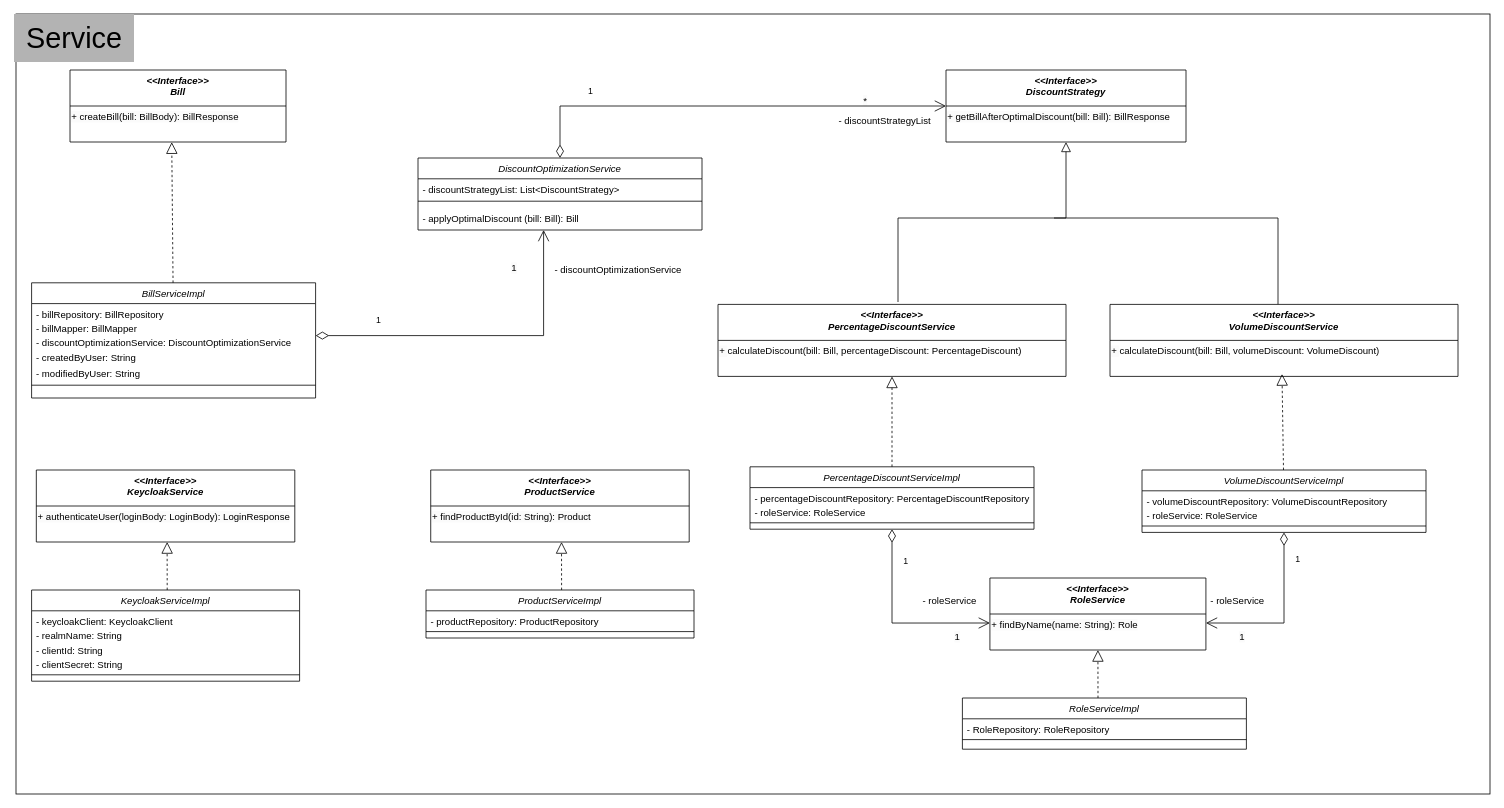
abdulazezms/mock-retail-discount-simulator keeps this draw.io diagram as uml/service/ServiceLayer.drawio. Above is the earlier version. Source tidied: cells renumbered, new cells numbered last; positions are measured from the earlier drawing's top-left corner, leaving out a move shared by most shapes. Both pictures are drawn from the tidied source at 80%, with x=0, y=0 at pixel (14, 14).
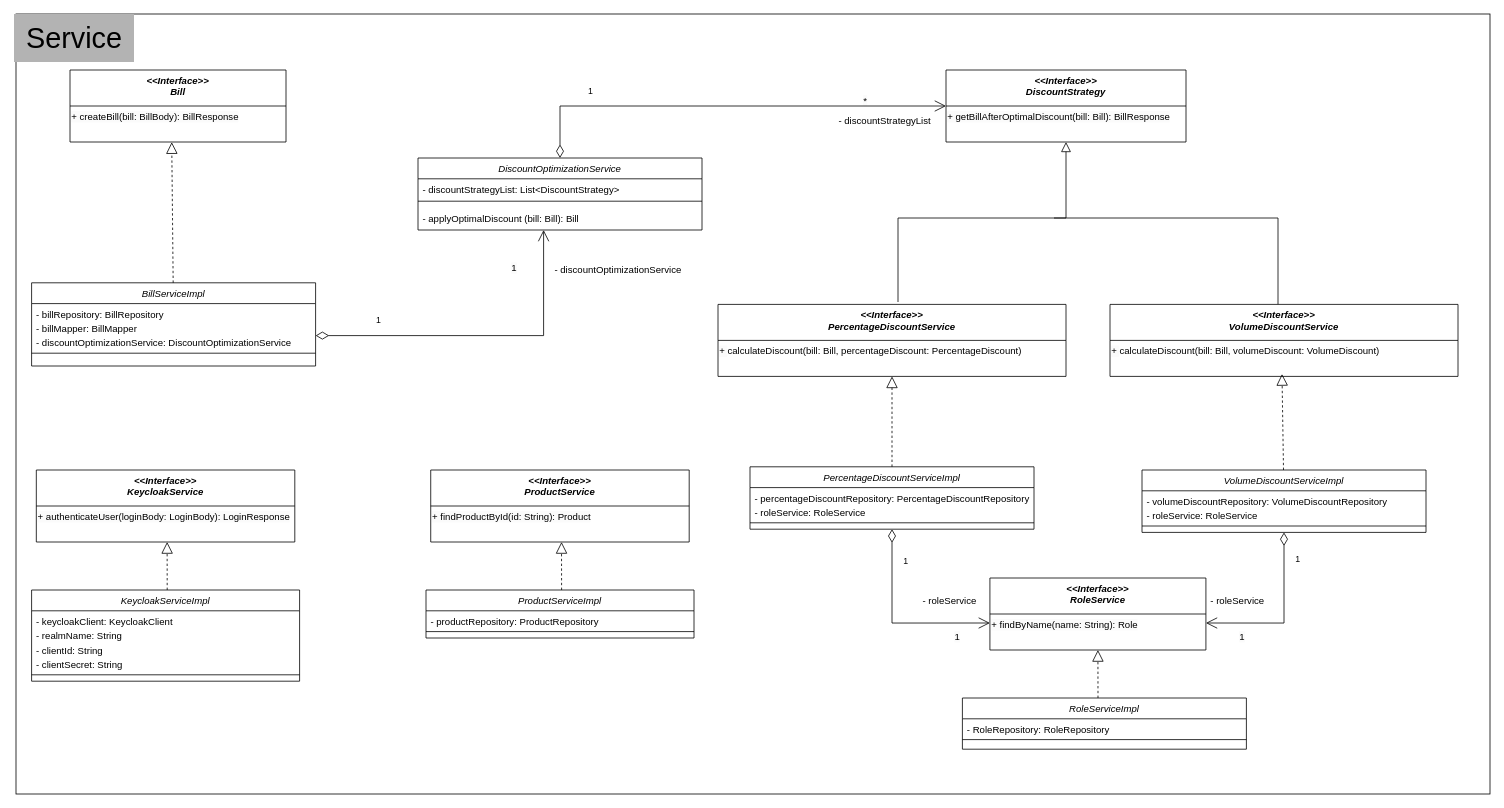
Above is the later version.

The edit, as a diff of the source:
```diff
@@
     <mxCell id="7" value="BillServiceImpl" style="swimlane;fontStyle=2;align=center;verticalAlign=top;horizontal=1;startSize=26;rounded=0;shadow=0;strokeWidth=1;" parent="1" vertex="1">
-      <mxGeometry x="22" y="336" width="355" height="144" as="geometry" />
+      <mxGeometry x="22" y="336" width="355" height="104" as="geometry" />
     </mxCell>
@@
-    <mxCell id="11" value="- createdByUser: String" style="text;align=left;verticalAlign=top;spacingLeft=4;spacingRight=4;overflow=hidden;" parent="7" vertex="1">
-      <mxGeometry y="80" width="355" height="20" as="geometry" />
-    </mxCell>
-    <mxCell id="12" value="- modifiedByUser: String" style="text;align=left;verticalAlign=top;spacingLeft=4;spacingRight=4;overflow=hidden;rounded=0;shadow=0;html=0;" parent="7" vertex="1">
-      <mxGeometry y="100" width="355" height="20" as="geometry" />
-    </mxCell>
     <mxCell id="13" style="line;html=1;strokeWidth=1;align=left;verticalAlign=middle;spacingTop=-1;spacingLeft=3;spacingRight=3;labelPosition=right;" parent="7" vertex="1">
-      <mxGeometry y="120" width="355" height="16" as="geometry" />
+      <mxGeometry y="80" width="355" height="16" as="geometry" />
     </mxCell>
```
